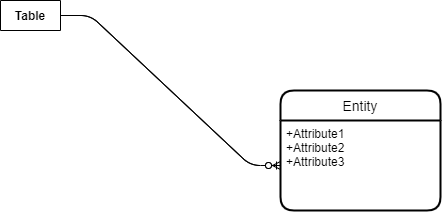
The draw.io diagram Untitled Diagram.png in norbitek/drawio, before a commit. Source tidied: cells renumbered, new cells last; positions are measured from the earlier drawing's top-left corner, leaving out a move shared by most shapes.
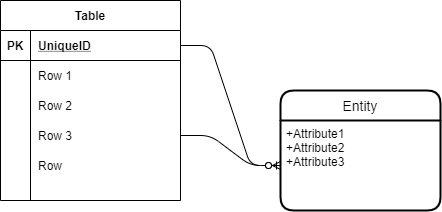
After the change.

The edit, as a diff of the source:
```diff
@@ -2,9 +2,60 @@
   <root>
     <mxCell id="0" />
     <mxCell id="1" parent="0" />
-    <mxCell id="2" value="Table" style="shape=table;startSize=30;rowLines=0;fontStyle=1;align=center;" parent="1" vertex="1" collapsed="1">
-      <mxGeometry width="60" height="30" as="geometry" />
+    <mxCell id="2" value="Table" style="shape=table;startSize=30;rowLines=0;fontStyle=1;align=center;" parent="1" vertex="1">
+      <mxGeometry width="180" height="200" as="geometry" />
     </mxCell>
+    <mxCell id="5" style="shape=partialRectangle;fillColor=none;top=0;left=0;bottom=1;right=0;points=[[0,0.5],[1,0.5]];portConstraint=eastwest;" parent="2" vertex="1">
+      <mxGeometry y="30" width="180" height="30" as="geometry" />
+    </mxCell>
+    <mxCell id="6" value="PK" style="shape=partialRectangle;fillColor=none;top=0;left=0;bottom=0;right=0;fontStyle=1;overflow=hidden;" parent="5" vertex="1">
+      <mxGeometry width="30" height="30" as="geometry" />
+    </mxCell>
+    <mxCell id="7" value="UniqueID" style="shape=partialRectangle;fillColor=none;top=0;left=0;bottom=0;right=0;align=left;spacingLeft=6;fontStyle=5;overflow=hidden;" parent="5" vertex="1">
+      <mxGeometry x="30" width="150" height="30" as="geometry" />
+    </mxCell>
+    <mxCell id="8" style="shape=partialRectangle;fillColor=none;top=0;left=0;bottom=0;right=0;" parent="2" vertex="1">
+      <mxGeometry y="60" width="180" height="30" as="geometry" />
+    </mxCell>
+    <mxCell id="9" style="shape=partialRectangle;fillColor=none;top=0;left=0;bottom=0;right=0;overflow=hidden;" parent="8" vertex="1">
+      <mxGeometry width="30" height="30" as="geometry" />
+    </mxCell>
+    <mxCell id="10" value="Row 1" style="shape=partialRectangle;fillColor=none;top=0;left=0;bottom=0;right=0;align=left;spacingLeft=6;overflow=hidden;" parent="8" vertex="1">
+      <mxGeometry x="30" width="150" height="30" as="geometry" />
+    </mxCell>
+    <mxCell id="11" style="shape=partialRectangle;fillColor=none;top=0;left=0;bottom=0;right=0;" parent="2" vertex="1">
+      <mxGeometry y="90" width="180" height="30" as="geometry" />
+    </mxCell>
+    <mxCell id="12" style="shape=partialRectangle;fillColor=none;top=0;left=0;bottom=0;right=0;overflow=hidden;" parent="11" vertex="1">
+      <mxGeometry width="30" height="30" as="geometry" />
+    </mxCell>
+    <mxCell id="13" value="Row 2" style="shape=partialRectangle;fillColor=none;top=0;left=0;bottom=0;right=0;align=left;spacingLeft=6;overflow=hidden;" parent="11" vertex="1">
+      <mxGeometry x="30" width="150" height="30" as="geometry" />
+    </mxCell>
+    <mxCell id="14" style="shape=partialRectangle;fillColor=none;top=0;left=0;bottom=0;right=0;points=[[0,0.5],[1,0.5]];portConstraint=eastwest;" parent="2" vertex="1">
+      <mxGeometry y="120" width="180" height="30" as="geometry" />
+    </mxCell>
+    <mxCell id="15" style="shape=partialRectangle;fillColor=none;top=0;left=0;bottom=0;right=0;overflow=hidden;" parent="14" vertex="1">
+      <mxGeometry width="30" height="30" as="geometry" />
+    </mxCell>
+    <mxCell id="16" value="Row 3" style="shape=partialRectangle;fillColor=none;top=0;left=0;bottom=0;right=0;align=left;spacingLeft=6;overflow=hidden;" parent="14" vertex="1">
+      <mxGeometry x="30" width="150" height="30" as="geometry" />
+    </mxCell>
+    <mxCell id="17" style="shape=partialRectangle;fillColor=none;top=0;left=0;bottom=0;right=0;" parent="2" vertex="1">
+      <mxGeometry y="150" width="180" height="30" as="geometry" />
+    </mxCell>
+    <mxCell id="18" style="shape=partialRectangle;fillColor=none;top=0;left=0;bottom=0;right=0;overflow=hidden;" parent="17" vertex="1">
+      <mxGeometry width="30" height="30" as="geometry" />
+    </mxCell>
+    <mxCell id="19" value="Row" style="shape=partialRectangle;fillColor=none;top=0;left=0;bottom=0;right=0;align=left;spacingLeft=6;overflow=hidden;" parent="17" vertex="1">
+      <mxGeometry x="30" width="150" height="30" as="geometry" />
+    </mxCell>
+    <mxCell id="20" style="edgeStyle=entityRelationEdgeStyle;fontSize=12;html=1;endArrow=ERzeroToMany;endFill=1;" parent="1" edge="1" source="14" target="4">
+      <mxGeometry relative="1" as="geometry" />
+    </mxCell>
+    <mxCell id="21" style="edgeStyle=entityRelationEdgeStyle;fontSize=12;html=1;endArrow=ERzeroToOne;endFill=1;" parent="1" edge="1" source="5" target="4">
+      <mxGeometry relative="1" as="geometry" />
+    </mxCell>
     <mxCell id="3" value="Entity" style="swimlane;horizontal=1;startSize=30;rounded=1;fontSize=14;fontStyle=0;strokeWidth=2;shadow=0;dashed=0;align=center;" parent="1" vertex="1">
       <mxGeometry x="280" y="90" width="160" height="120" as="geometry" />
     </mxCell>
```
